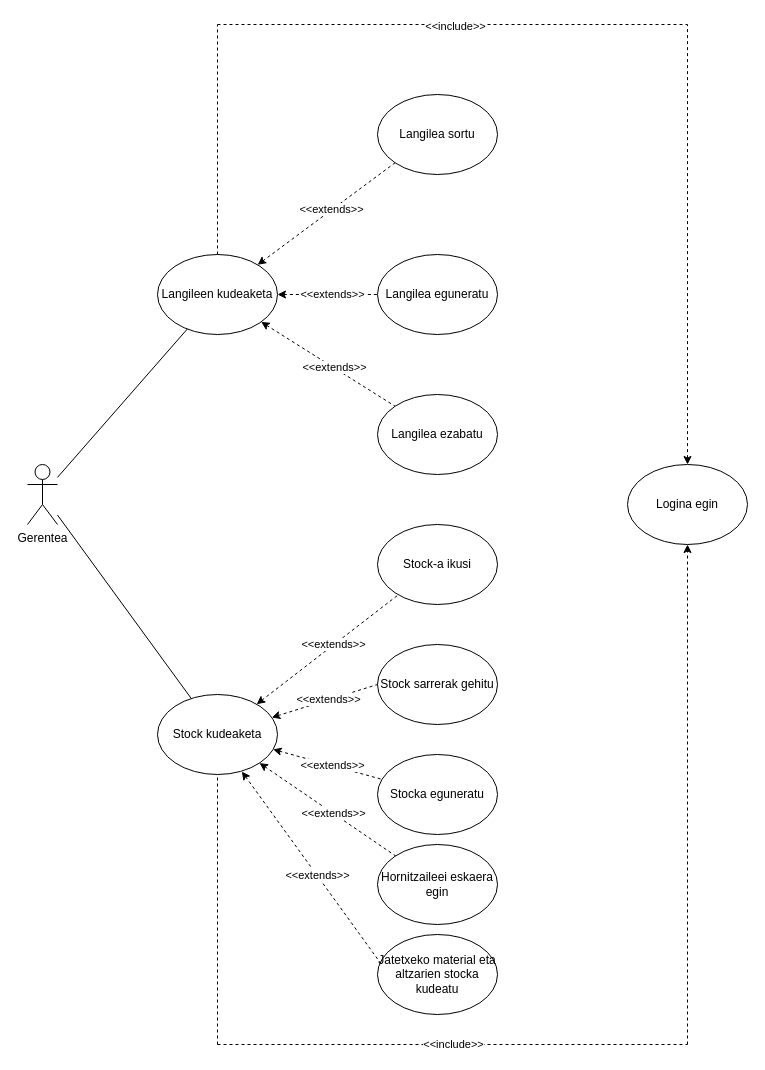
This is Diagramak/Gestio_aplikazioa/Gestio aplikazioa erabilpen-kasu diagrama (1).drawio from iguisado228/2MG3_1Erronka, a draw.io file, before an edit. Source tidied: cells renumbered, new cells numbered last; positions are measured from the earlier drawing's top-left corner, leaving out a move shared by most shapes. Both pictures are drawn from the tidied source at 100%, with x=0, y=0 at pixel (27, 24).
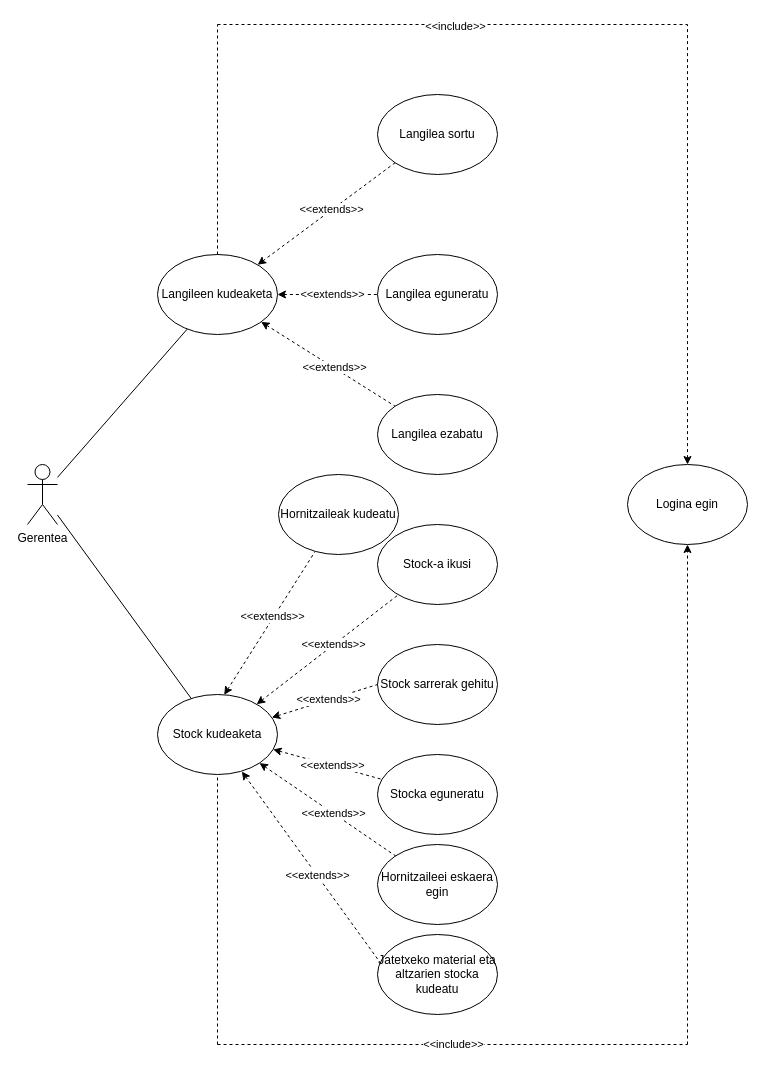
After the change.

Unchanged cells that the change refers to:
```xml
<mxCell id="4" value="Stock kudeaketa" style="ellipse;whiteSpace=wrap;html=1;" parent="1" vertex="1">
  <mxGeometry x="130" y="670" width="120" height="80" as="geometry" />
</mxCell>
```

The edit, as a diff of the source:
```diff
@@
+    <mxCell id="40" value="Hornitzaileak kudeatu" style="ellipse;whiteSpace=wrap;html=1;" parent="1" vertex="1">
+      <mxGeometry x="251" y="450" width="120" height="80" as="geometry" />
+    </mxCell>
+    <mxCell id="41" style="endArrow=none;dashed=1;html=1;rounded=0;startArrow=classic;startFill=1;exitX=0.556;exitY=0.004;exitDx=0;exitDy=0;exitPerimeter=0;" parent="1" edge="1" source="4" target="40">
+      <mxGeometry relative="1" as="geometry" />
+    </mxCell>
+    <mxCell id="42" value="&amp;lt;&amp;lt;extends&amp;gt;&amp;gt;" style="edgeLabel;html=1;align=center;verticalAlign=middle;" parent="41" vertex="1">
+      <mxGeometry x="0.09" y="1" relative="1" as="geometry">
+        <mxPoint x="-1" as="offset" />
+      </mxGeometry>
+    </mxCell>
```
